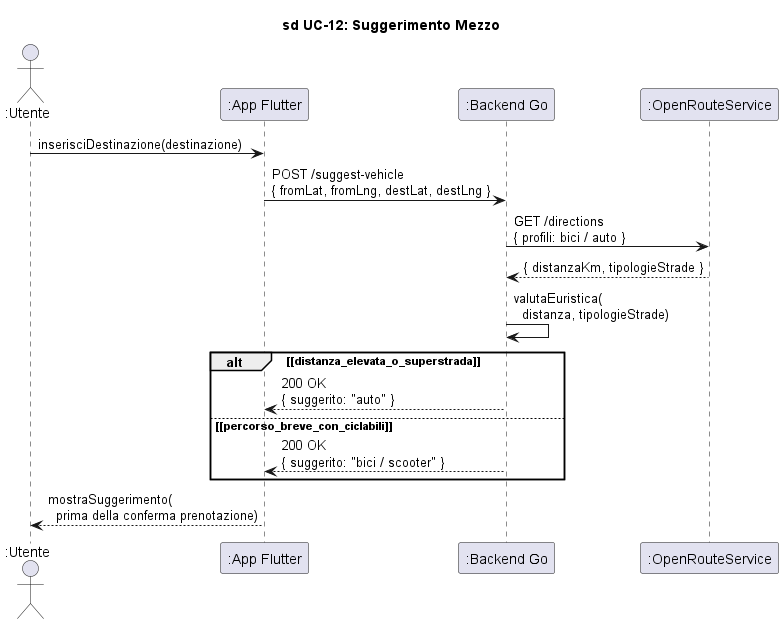
This is docs/diagrams/png/Sprint 2/sd_UC12_SuggerimentoMezzo.png from Lorisforse/Zipply, a PlantUML export, as it was before one commit. Source of this version:
```plantuml
@startuml sd_UC12_SuggerimentoMezzo

title sd UC-12: Suggerimento Mezzo

skinparam hyperlinkColor black
skinparam hyperlinkUnderline false

actor ":Utente" as Utente
participant ":App Flutter" as App
participant ":Backend Go" as Backend
participant ":OpenRouteService" as ORS

Utente -> App : inserisciDestinazione(destinazione)

App -> Backend : POST /suggest-vehicle\n{ fromLat, fromLng, destLat, destLng }

Backend -> ORS : GET /directions\n{ profili: bici / auto }
ORS --> Backend : { distanzaKm, tipologieStrade }

Backend -> Backend : valutaEuristica(\n  distanza, tipologieStrade)

alt ~[distanza_elevata_o_superstrada~]
    Backend --> App : 200 OK\n{ suggerito: "auto" }
else ~[percorso_breve_con_ciclabili~]
    Backend --> App : 200 OK\n{ suggerito: "bici / scooter" }
end

App --> Utente : mostraSuggerimento(\n  prima della conferma prenotazione)

@enduml
```
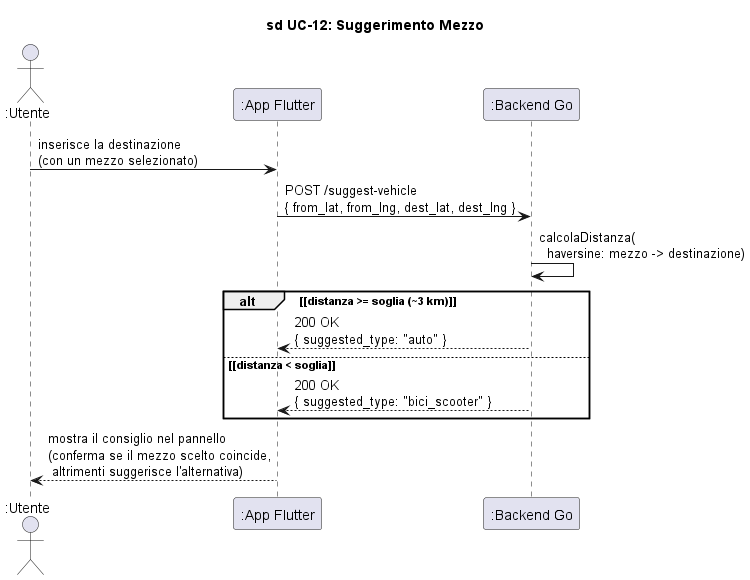
The same diagram one commit later.

Commit message:
Prova consiglio mezzo

Diff of the diagram source:
```diff
@@ -8,23 +8,19 @@
 actor ":Utente" as Utente
 participant ":App Flutter" as App
 participant ":Backend Go" as Backend
-participant ":OpenRouteService" as ORS
 
-Utente -> App : inserisciDestinazione(destinazione)
+Utente -> App : inserisce la destinazione\n(con un mezzo selezionato)
 
-App -> Backend : POST /suggest-vehicle\n{ fromLat, fromLng, destLat, destLng }
+App -> Backend : POST /suggest-vehicle\n{ from_lat, from_lng, dest_lat, dest_lng }
 
-Backend -> ORS : GET /directions\n{ profili: bici / auto }
-ORS --> Backend : { distanzaKm, tipologieStrade }
+Backend -> Backend : calcolaDistanza(\n  haversine: mezzo -> destinazione)
 
-Backend -> Backend : valutaEuristica(\n  distanza, tipologieStrade)
-
-alt ~[distanza_elevata_o_superstrada~]
-    Backend --> App : 200 OK\n{ suggerito: "auto" }
-else ~[percorso_breve_con_ciclabili~]
-    Backend --> App : 200 OK\n{ suggerito: "bici / scooter" }
+alt ~[distanza >= soglia (~3 km)~]
+    Backend --> App : 200 OK\n{ suggested_type: "auto" }
+else ~[distanza < soglia~]
+    Backend --> App : 200 OK\n{ suggested_type: "bici_scooter" }
 end
 
-App --> Utente : mostraSuggerimento(\n  prima della conferma prenotazione)
+App --> Utente : mostra il consiglio nel pannello\n(conferma se il mezzo scelto coincide,\n altrimenti suggerisce l'alternativa)
 
 @enduml
```
